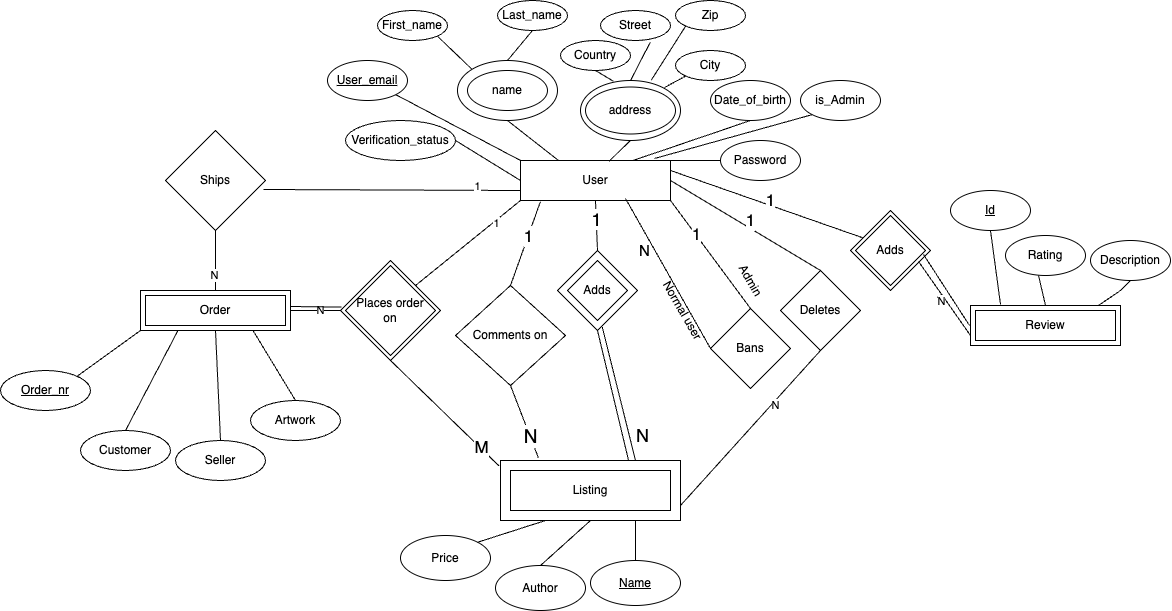
Earlier version of the draw.io export images/ERdiagram.png (kaisaarumeel/ArtZone). Source tidied: cells renumbered, new cells last; positions are measured from the earlier drawing's top-left corner, leaving out a move shared by most shapes.
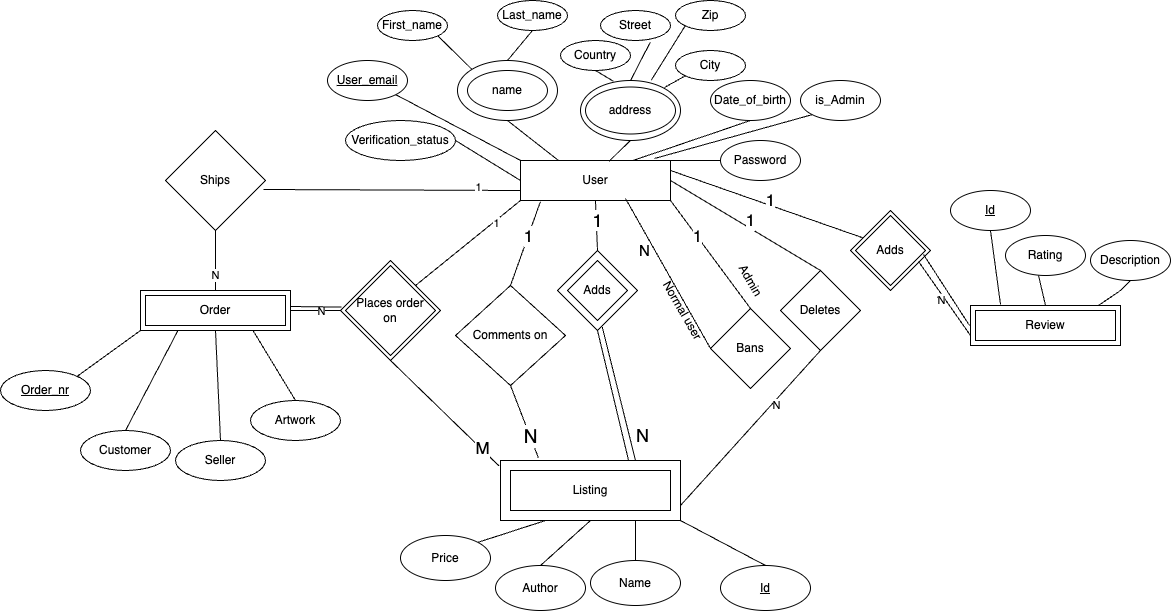
The same diagram one commit later.

Commit message:
Update response codes and ER diagram

The edit, as a diff of the source:
```diff
@@ -79,7 +79,7 @@
     <mxCell id="26" value="Author" style="ellipse;whiteSpace=wrap;html=1;" parent="1" vertex="1">
       <mxGeometry x="495" y="565" width="90" height="45" as="geometry" />
     </mxCell>
-    <mxCell id="27" value="&lt;u&gt;Name&lt;/u&gt;" style="ellipse;whiteSpace=wrap;html=1;" parent="1" vertex="1">
+    <mxCell id="27" value="Name" style="ellipse;whiteSpace=wrap;html=1;" parent="1" vertex="1">
       <mxGeometry x="590" y="560" width="90" height="45" as="geometry" />
     </mxCell>
     <mxCell id="28" style="endArrow=none;html=1;rounded=0;exitX=0.5;exitY=0;exitDx=0;exitDy=0;entryX=0.75;entryY=1;entryDx=0;entryDy=0;" parent="1" edge="1" source="27" target="14">
@@ -320,5 +320,13 @@
     <mxCell id="101" style="endArrow=none;html=1;rounded=0;entryX=0.5;entryY=1;entryDx=0;entryDy=0;exitX=0.59;exitY=0.019;exitDx=0;exitDy=0;exitPerimeter=0;" parent="1" edge="1" source="3" target="2">
       <mxGeometry relative="1" as="geometry" />
     </mxCell>
+    <mxCell id="102" value="&lt;u&gt;Id&lt;/u&gt;" style="ellipse;whiteSpace=wrap;html=1;" parent="1" vertex="1">
+      <mxGeometry x="720" y="565" width="90" height="45" as="geometry" />
+    </mxCell>
+    <mxCell id="103" style="endArrow=none;html=1;rounded=0;exitX=0.5;exitY=0;exitDx=0;exitDy=0;" parent="1" edge="1" source="102">
+      <mxGeometry relative="1" as="geometry">
+        <mxPoint x="680" y="520" as="targetPoint" />
+      </mxGeometry>
+    </mxCell>
   </root>
 </mxGraphModel>
```
